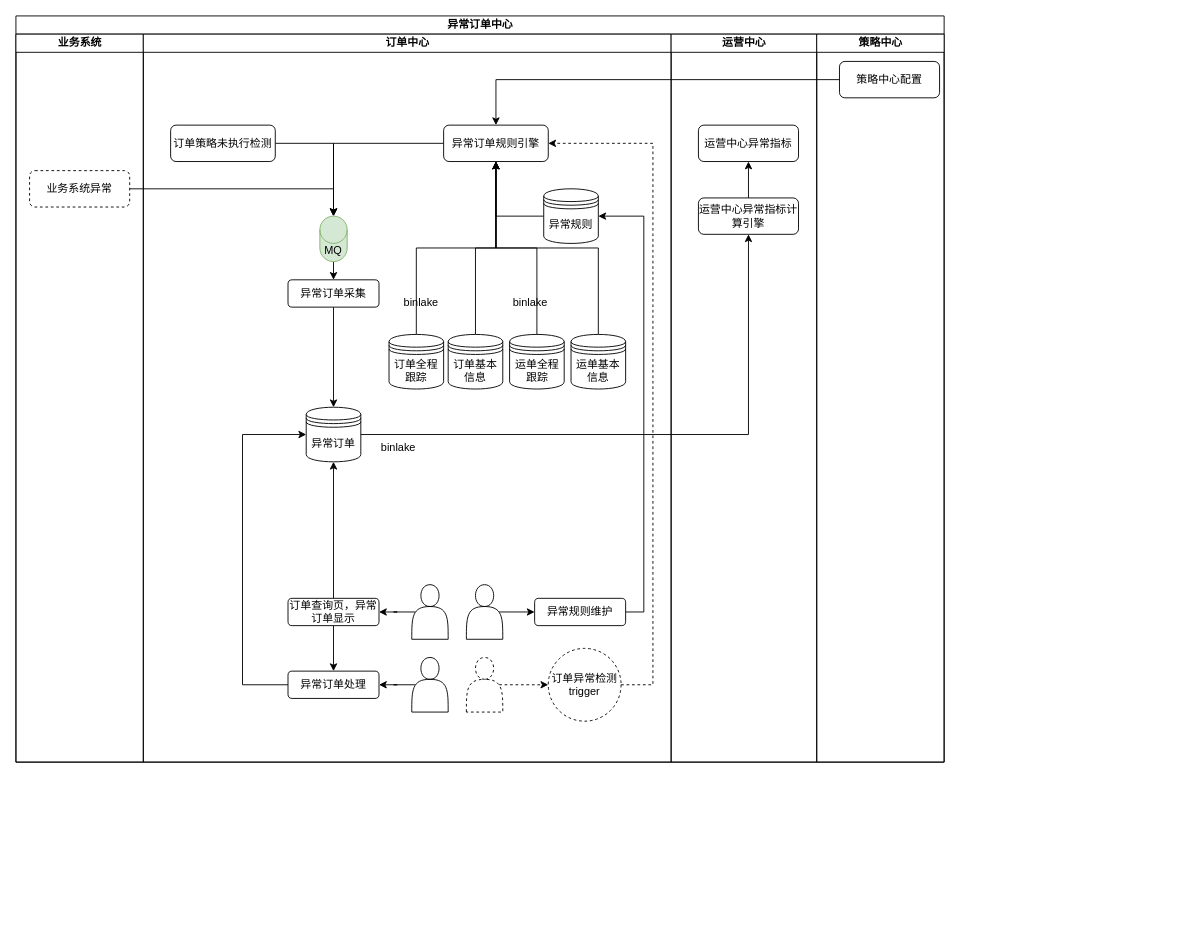
Before: page "订单异常中心" (35 of 35) of Untitled Diagram.drawio in lixintao03/lixintao.github.io, a draw.io diagram. Source tidied: cells renumbered, new cells numbered last; positions are measured from the earlier drawing's top-left corner, leaving out a move shared by most shapes. Both pictures are drawn from the tidied source at 91%, with x=0, y=0 at pixel (15, 15).
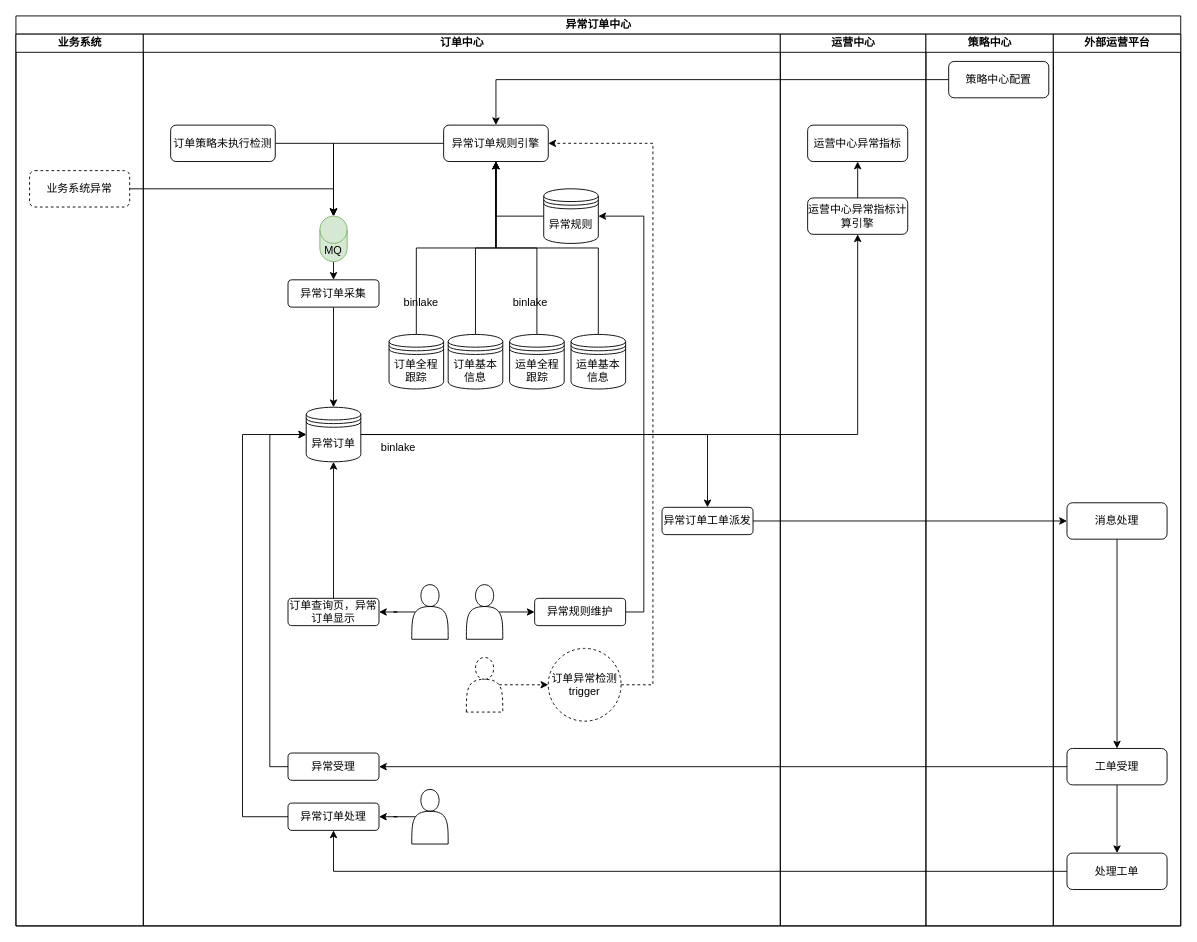
After the change.

The change refers to these unchanged cells:
```xml
<mxCell id="13" value="&lt;font style=&quot;font-size: 12px;&quot;&gt;异常订单&lt;/font&gt;" style="shape=datastore;whiteSpace=wrap;html=1;" parent="6" vertex="1">
  <mxGeometry x="179" y="410" width="60" height="60" as="geometry" />
</mxCell>
<mxCell id="19" value="订单查询页，异常&lt;br&gt;订单显示" style="rounded=1;whiteSpace=wrap;html=1;" parent="6" vertex="1">
  <mxGeometry x="159" y="620" width="100" height="30" as="geometry" />
</mxCell>
```

The edit, as a diff of the source:
```diff
@@
     <mxCell id="2" value="异常订单中心" style="swimlane;startSize=20;html=1;" parent="1" vertex="1">
-      <mxGeometry width="1020" height="820" as="geometry" />
+      <mxGeometry width="1280" height="1000" as="geometry" />
     </mxCell>
     <mxCell id="3" value="业务系统" style="swimlane;startSize=20;html=1;" parent="2" vertex="1">
-      <mxGeometry y="20" width="140" height="800" as="geometry" />
+      <mxGeometry y="20" width="140" height="980" as="geometry" />
     </mxCell>
@@
     <mxCell id="6" value="订单中心" style="swimlane;startSize=20;html=1;" parent="2" vertex="1">
-      <mxGeometry x="140" y="20" width="580" height="800" as="geometry" />
+      <mxGeometry x="140" y="20" width="700" height="980" as="geometry" />
     </mxCell>
@@
+    <mxCell id="54" style="edgeStyle=orthogonalEdgeStyle;rounded=0;jettySize=auto;html=1;exitX=1;exitY=0.5;exitDx=0;exitDy=0;entryX=0.5;entryY=0;entryDx=0;entryDy=0;fontSize=11;" parent="6" edge="1" source="13" target="55">
+      <mxGeometry relative="1" as="geometry" />
+    </mxCell>
@@
-    <mxCell id="18" style="edgeStyle=orthogonalEdgeStyle;rounded=0;jettySize=auto;html=1;exitX=0.5;exitY=1;exitDx=0;exitDy=0;entryX=0.5;entryY=0;entryDx=0;entryDy=0;fontSize=12;" parent="6" edge="1" source="19" target="32">
-      <mxGeometry relative="1" as="geometry" />
-    </mxCell>
@@
     <mxCell id="31" style="edgeStyle=orthogonalEdgeStyle;rounded=0;jettySize=auto;html=1;exitX=0;exitY=0.5;exitDx=0;exitDy=0;entryX=0;entryY=0.5;entryDx=0;entryDy=0;fontSize=12;" parent="6" edge="1" source="32" target="13">
       <mxGeometry relative="1" as="geometry">
         <Array as="points">
-          <mxPoint x="109" y="715" />
+          <mxPoint x="109" y="860" />
           <mxPoint x="109" y="440" />
         </Array>
       </mxGeometry>
     </mxCell>
     <mxCell id="32" value="异常订单处理" style="rounded=1;whiteSpace=wrap;html=1;" parent="6" vertex="1">
-      <mxGeometry x="159" y="700" width="100" height="30" as="geometry" />
+      <mxGeometry x="159" y="845" width="100" height="30" as="geometry" />
     </mxCell>
@@
     <mxCell id="34" style="shape=actor;whiteSpace=wrap;html=1;fontSize=12;" parent="6" vertex="1">
-      <mxGeometry x="295" y="685" width="40" height="60" as="geometry" />
+      <mxGeometry x="295" y="830" width="40" height="60" as="geometry" />
     </mxCell>
@@
+    <mxCell id="55" value="异常订单工单派发" style="rounded=1;whiteSpace=wrap;html=1;" parent="6" vertex="1">
+      <mxGeometry x="570" y="520" width="100" height="30" as="geometry" />
+    </mxCell>
+    <mxCell id="56" style="edgeStyle=orthogonalEdgeStyle;rounded=0;jettySize=auto;html=1;exitX=0;exitY=0.5;exitDx=0;exitDy=0;entryX=0;entryY=0.5;entryDx=0;entryDy=0;fontSize=11;" parent="6" edge="1" source="57" target="13">
+      <mxGeometry relative="1" as="geometry" />
+    </mxCell>
+    <mxCell id="57" value="异常受理" style="rounded=1;whiteSpace=wrap;html=1;" parent="6" vertex="1">
+      <mxGeometry x="159" y="790" width="100" height="30" as="geometry" />
+    </mxCell>
     <mxCell id="46" value="运营中心" style="swimlane;startSize=20;html=1;" parent="2" vertex="1">
-      <mxGeometry x="720" y="20" width="160" height="800" as="geometry" />
+      <mxGeometry x="840" y="20" width="160" height="980" as="geometry" />
     </mxCell>
@@
     <mxCell id="50" value="策略中心" style="swimlane;startSize=20;html=1;" parent="2" vertex="1">
-      <mxGeometry x="880" y="20" width="140" height="800" as="geometry" />
+      <mxGeometry x="1000" y="20" width="140" height="980" as="geometry" />
     </mxCell>
@@
+    <mxCell id="58" value="外部运营平台" style="swimlane;startSize=20;html=1;" parent="2" vertex="1">
+      <mxGeometry x="1140" y="20" width="140" height="980" as="geometry" />
+    </mxCell>
+    <mxCell id="59" style="edgeStyle=orthogonalEdgeStyle;rounded=0;jettySize=auto;html=1;exitX=0.5;exitY=1;exitDx=0;exitDy=0;entryX=0.5;entryY=0;entryDx=0;entryDy=0;fontSize=11;" parent="58" edge="1" source="60" target="61">
+      <mxGeometry relative="1" as="geometry" />
+    </mxCell>
+    <mxCell id="60" value="工单受理" style="rounded=1;whiteSpace=wrap;html=1;" parent="58" vertex="1">
+      <mxGeometry x="15" y="785" width="110" height="40" as="geometry" />
+    </mxCell>
+    <mxCell id="61" value="处理工单" style="rounded=1;whiteSpace=wrap;html=1;" parent="58" vertex="1">
+      <mxGeometry x="15" y="900" width="110" height="40" as="geometry" />
+    </mxCell>
+    <mxCell id="62" style="edgeStyle=orthogonalEdgeStyle;rounded=0;jettySize=auto;html=1;exitX=0.5;exitY=1;exitDx=0;exitDy=0;entryX=0.5;entryY=0;entryDx=0;entryDy=0;fontSize=11;" parent="58" edge="1" source="63" target="60">
+      <mxGeometry relative="1" as="geometry" />
+    </mxCell>
+    <mxCell id="63" value="消息处理" style="rounded=1;whiteSpace=wrap;html=1;" parent="58" vertex="1">
+      <mxGeometry x="15" y="515" width="110" height="40" as="geometry" />
+    </mxCell>
@@
+    <mxCell id="64" style="edgeStyle=orthogonalEdgeStyle;rounded=0;jettySize=auto;html=1;exitX=0;exitY=0.5;exitDx=0;exitDy=0;entryX=0.5;entryY=1;entryDx=0;entryDy=0;fontSize=11;" parent="2" edge="1" source="61" target="32">
+      <mxGeometry relative="1" as="geometry" />
+    </mxCell>
+    <mxCell id="65" style="edgeStyle=orthogonalEdgeStyle;rounded=0;jettySize=auto;html=1;exitX=1;exitY=0.5;exitDx=0;exitDy=0;entryX=0;entryY=0.5;entryDx=0;entryDy=0;fontSize=11;" parent="2" edge="1" source="55" target="63">
+      <mxGeometry relative="1" as="geometry" />
+    </mxCell>
+    <mxCell id="66" style="edgeStyle=orthogonalEdgeStyle;rounded=0;jettySize=auto;html=1;exitX=0;exitY=0.5;exitDx=0;exitDy=0;entryX=1;entryY=0.5;entryDx=0;entryDy=0;fontSize=11;" parent="2" edge="1" source="60" target="57">
+      <mxGeometry relative="1" as="geometry">
+        <Array as="points">
+          <mxPoint x="1135" y="825" />
+        </Array>
+      </mxGeometry>
+    </mxCell>
```
